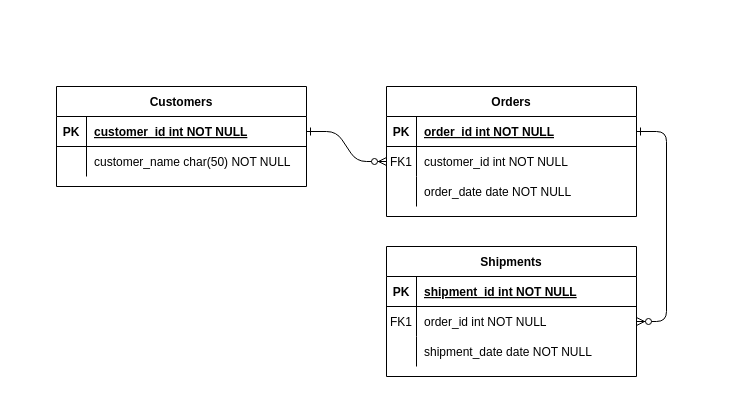
The draw.io diagram Diagrama sin título.drawio in Juandarl1/Draw.io, before the edit. Source tidied: cells renumbered, new cells numbered last; positions are measured from the earlier drawing's top-left corner, leaving out a move shared by most shapes. Both pictures are drawn from the tidied source at 100%, with x=0, y=0 at pixel (56, 86).
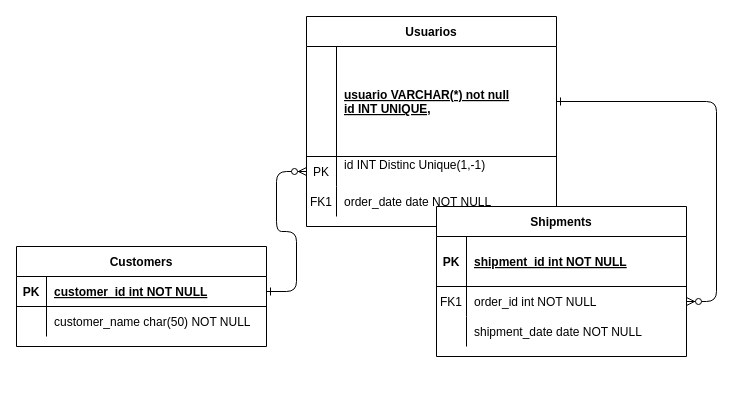
The same page after the edit.

Change to the diagram source:
```diff
@@
-    <mxCell id="4" value="Orders" style="shape=table;startSize=30;childLayout=tableLayout;rowLines=0;fontStyle=1;align=center;" parent="1" vertex="1">
-      <mxGeometry x="330" width="250" height="130" as="geometry" />
+    <mxCell id="4" value="Usuarios" style="shape=table;startSize=30;childLayout=tableLayout;rowLines=0;fontStyle=1;align=center;" parent="1" vertex="1">
+      <mxGeometry x="250" y="-70" width="250" height="210" as="geometry" />
     </mxCell>
     <mxCell id="5" style="shape=partialRectangle;fillColor=none;points=[[0,0.5],[1,0.5]];portConstraint=eastwest;top=0;left=0;right=0;bottom=1;" parent="4" vertex="1">
-      <mxGeometry y="30" width="250" height="30" as="geometry" />
+      <mxGeometry y="30" width="250" height="110" as="geometry" />
     </mxCell>
-    <mxCell id="6" value="PK" style="shape=partialRectangle;overflow=hidden;fillColor=none;top=0;left=0;bottom=0;right=0;fontStyle=1;" parent="5" vertex="1">
-      <mxGeometry width="30" height="30" as="geometry" />
+    <mxCell id="6" style="shape=partialRectangle;overflow=hidden;fillColor=none;top=0;left=0;bottom=0;right=0;fontStyle=1;" parent="5" vertex="1">
+      <mxGeometry width="30" height="110" as="geometry" />
     </mxCell>
-    <mxCell id="7" value="order_id int NOT NULL " style="shape=partialRectangle;overflow=hidden;fillColor=none;top=0;left=0;bottom=0;right=0;align=left;spacingLeft=6;fontStyle=5;" parent="5" vertex="1">
-      <mxGeometry x="30" width="220" height="30" as="geometry" />
+    <mxCell id="7" value="usuario VARCHAR(*) not null&#10;id INT UNIQUE," style="shape=partialRectangle;overflow=hidden;fillColor=none;top=0;left=0;bottom=0;right=0;align=left;spacingLeft=6;fontStyle=5;" parent="5" vertex="1">
+      <mxGeometry x="30" width="220" height="110" as="geometry" />
     </mxCell>
     <mxCell id="8" style="shape=partialRectangle;fillColor=none;points=[[0,0.5],[1,0.5]];portConstraint=eastwest;top=0;left=0;right=0;bottom=0;" parent="4" vertex="1">
-      <mxGeometry y="60" width="250" height="30" as="geometry" />
+      <mxGeometry y="140" width="250" height="30" as="geometry" />
     </mxCell>
-    <mxCell id="9" value="FK1" style="shape=partialRectangle;overflow=hidden;fillColor=none;top=0;left=0;bottom=0;right=0;" parent="8" vertex="1">
+    <mxCell id="9" value="PK" style="shape=partialRectangle;overflow=hidden;fillColor=none;top=0;left=0;bottom=0;right=0;" parent="8" vertex="1">
       <mxGeometry width="30" height="30" as="geometry" />
     </mxCell>
-    <mxCell id="10" value="customer_id int NOT NULL" style="shape=partialRectangle;overflow=hidden;fillColor=none;top=0;left=0;bottom=0;right=0;align=left;spacingLeft=6;" parent="8" vertex="1">
+    <mxCell id="10" value="id INT Distinc Unique(1,-1)&#10;" style="shape=partialRectangle;overflow=hidden;fillColor=none;top=0;left=0;bottom=0;right=0;align=left;spacingLeft=6;" parent="8" vertex="1">
       <mxGeometry x="30" width="220" height="30" as="geometry" />
     </mxCell>
     <mxCell id="11" style="shape=partialRectangle;fillColor=none;top=0;left=0;right=0;bottom=0;" parent="4" vertex="1">
-      <mxGeometry y="90" width="250" height="30" as="geometry" />
+      <mxGeometry y="170" width="250" height="30" as="geometry" />
     </mxCell>
-    <mxCell id="12" style="shape=partialRectangle;overflow=hidden;fillColor=none;top=0;left=0;bottom=0;right=0;" parent="11" vertex="1">
+    <mxCell id="12" value="FK1" style="shape=partialRectangle;overflow=hidden;fillColor=none;top=0;left=0;bottom=0;right=0;" parent="11" vertex="1">
       <mxGeometry width="30" height="30" as="geometry" />
     </mxCell>
@@
     <mxCell id="14" value="Shipments" style="shape=table;startSize=30;childLayout=tableLayout;rowLines=0;fontStyle=1;align=center;" parent="1" vertex="1">
-      <mxGeometry x="330" y="160" width="250" height="130" as="geometry" />
+      <mxGeometry x="380" y="120" width="250" height="150" as="geometry" />
     </mxCell>
     <mxCell id="15" style="shape=partialRectangle;fillColor=none;top=0;left=0;right=0;bottom=1;" parent="14" vertex="1">
-      <mxGeometry y="30" width="250" height="30" as="geometry" />
+      <mxGeometry y="30" width="250" height="50" as="geometry" />
     </mxCell>
     <mxCell id="16" value="PK" style="shape=partialRectangle;overflow=hidden;fillColor=none;top=0;left=0;bottom=0;right=0;fontStyle=1;" parent="15" vertex="1">
-      <mxGeometry width="30" height="30" as="geometry" />
+      <mxGeometry width="30" height="50" as="geometry" />
     </mxCell>
     <mxCell id="17" value="shipment_id int NOT NULL " style="shape=partialRectangle;overflow=hidden;fillColor=none;top=0;left=0;bottom=0;right=0;align=left;spacingLeft=6;fontStyle=5;" parent="15" vertex="1">
-      <mxGeometry x="30" width="220" height="30" as="geometry" />
+      <mxGeometry x="30" width="220" height="50" as="geometry" />
     </mxCell>
     <mxCell id="18" style="shape=partialRectangle;fillColor=none;points=[[0,0.5],[1,0.5]];portConstraint=eastwest;top=0;left=0;right=0;bottom=0;" parent="14" vertex="1">
-      <mxGeometry y="60" width="250" height="30" as="geometry" />
+      <mxGeometry y="80" width="250" height="30" as="geometry" />
     </mxCell>
@@
     <mxCell id="21" style="shape=partialRectangle;fillColor=none;top=0;left=0;right=0;bottom=0;" parent="14" vertex="1">
-      <mxGeometry y="90" width="250" height="30" as="geometry" />
+      <mxGeometry y="110" width="250" height="30" as="geometry" />
     </mxCell>
@@
     <mxCell id="24" value="Customers" style="shape=table;startSize=30;childLayout=tableLayout;rowLines=0;fontStyle=1;align=center;" parent="1" vertex="1">
-      <mxGeometry width="250" height="100" as="geometry" />
+      <mxGeometry x="-40" y="160" width="250" height="100" as="geometry" />
     </mxCell>
```
